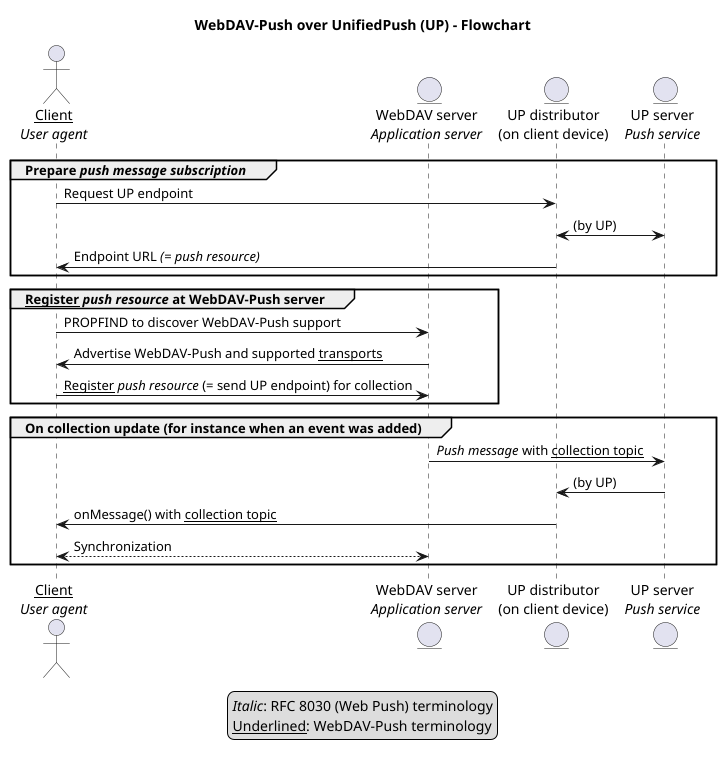
Above: images/unifiedpush-flowchart.png in bitfireAT/webdav-push (PlantUML), before the change.
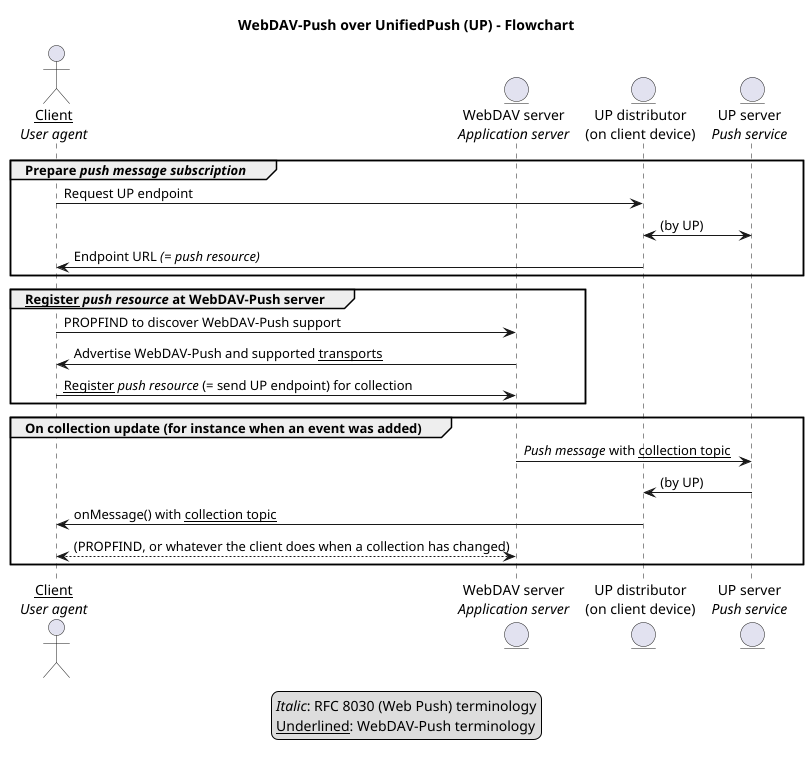
Later version of the same file.

The edit, as a diff of the source:
```diff
@@ -26,7 +26,7 @@
 UPS -> UPD: (by UP)
 
 UPD -> C: onMessage() with __collection topic__
-C <--> WS: Synchronization
+C <--> WS: (PROPFIND, or whatever the client does when a collection has changed)
 end
 
 legend
```
